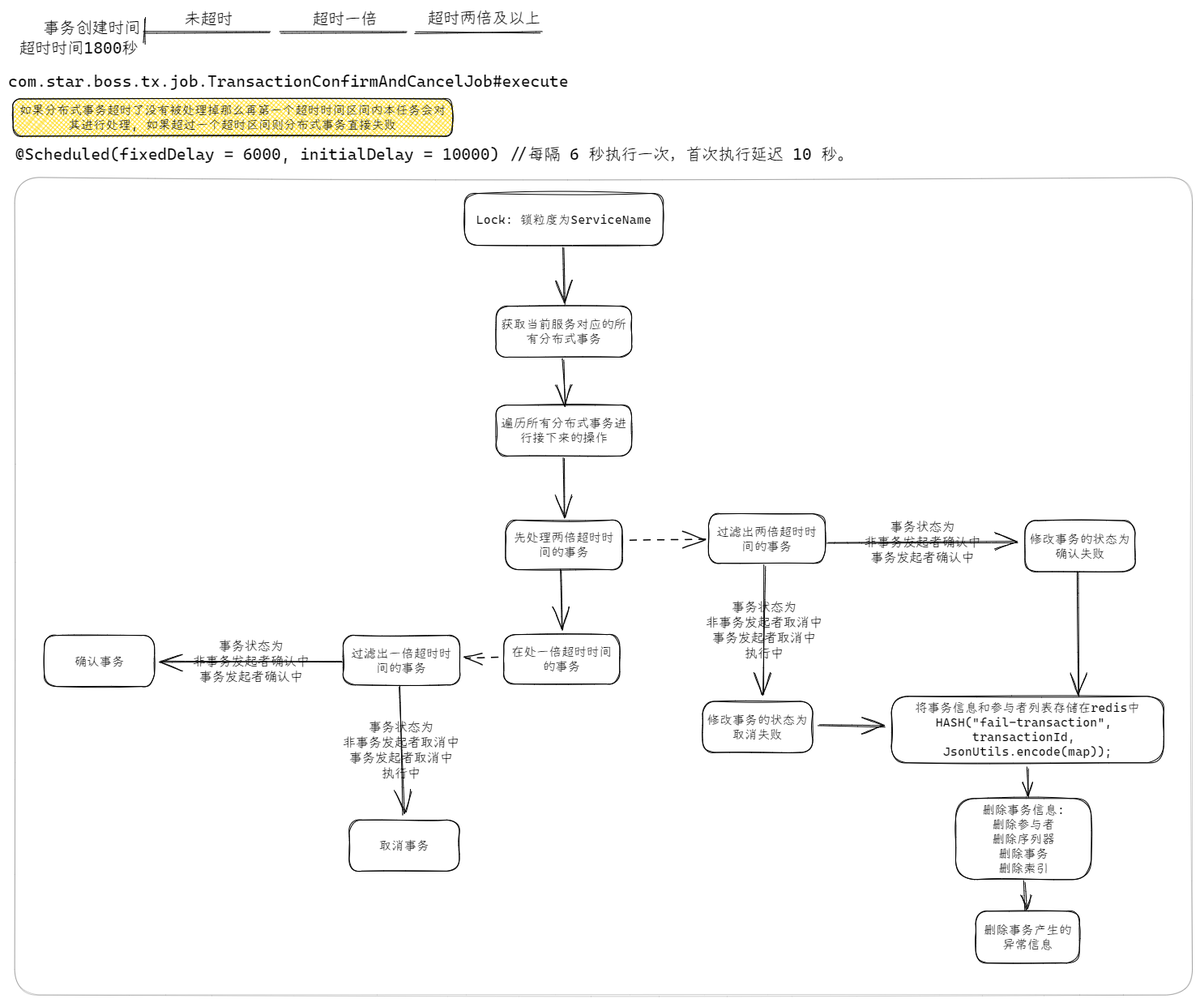
The Excalidraw diagram starboss/分布式事务/4. 分布式事务超时处理任务.excalidraw.png in XujinCoding/Excalidraw, before a commit. Source tidied: one line per element, renumbered; positions are measured from the earlier drawing's top-left corner, leaving out a move shared by most shapes. The source it was exported from:
```json
{"id": 0, "type": "rectangle", "strokeColor": "#000000", "backgroundColor": "#ffd700", "fillStyle": "cross-hatch", "strokeWidth": 1, "roughness": 1, "round": true, "x": 6, "y": 112, "width": 542, "height": 46}
{"id": 1, "type": "text", "text": "如果分布式事务超时了没有被处理掉那么再第一个超时时间区间内本任务会对\n其进行处理, 如果超过一个超时区间则分布式事务直接失败", "strokeColor": "#000000", "backgroundColor": "#228be6", "fillStyle": "hachure", "strokeWidth": 1, "roughness": 1, "fontSize": 15.5, "fontFamily": 3, "textAlign": "center", "verticalAlign": "middle", "inside": 0, "x": 14, "y": 117, "width": 527, "height": 36}
{"id": 2, "type": "text", "text": "@Scheduled(fixedDelay = 6000, initialDelay = 10000) //每隔 6 秒执行一次，首次执行延迟 10 秒。", "strokeColor": "#000000", "strokeWidth": 1, "roughness": 1, "fontSize": 20, "fontFamily": 3, "x": 9, "y": 168, "width": 1035, "height": 24}
{"id": 3, "type": "rectangle", "strokeColor": "#000000", "strokeWidth": 1, "roughness": 1, "opacity": 20, "round": true, "x": 8, "y": 209, "width": 1453, "height": 1008}
{"id": 4, "type": "rectangle", "strokeColor": "#000000", "strokeWidth": 1, "roughness": 1, "round": true, "x": 563, "y": 229, "width": 245, "height": 64}
{"id": 5, "type": "text", "text": "Lock: 锁粒度为ServiceName", "strokeColor": "#000000", "backgroundColor": "#228be6", "fillStyle": "hachure", "strokeWidth": 1, "roughness": 1, "fontSize": 15.5, "fontFamily": 3, "textAlign": "center", "verticalAlign": "middle", "inside": 4, "x": 578, "y": 252, "width": 216, "height": 18}
{"id": 6, "type": "rectangle", "strokeColor": "#000000", "strokeWidth": 1, "roughness": 1, "round": true, "x": 602, "y": 368, "width": 167, "height": 63}
{"id": 7, "type": "text", "text": "获取当前服务对应的所\n有分布式事务", "strokeColor": "#000000", "backgroundColor": "#228be6", "fillStyle": "hachure", "strokeWidth": 1, "roughness": 1, "fontSize": 15.5, "fontFamily": 3, "textAlign": "center", "verticalAlign": "middle", "inside": 6, "x": 608, "y": 381, "width": 155, "height": 36}
{"id": 8, "type": "arrow", "strokeColor": "#000000", "strokeWidth": 1, "roughness": 1, "endArrowhead": "arrow", "round": true, "from": 4, "to": 6, "x": 686, "y": 295, "width": 2, "height": 70, "points": [[0, 0], [2, 70]]}
{"id": 9, "type": "rectangle", "strokeColor": "#000000", "strokeWidth": 1, "roughness": 1, "round": true, "x": 602, "y": 490, "width": 167, "height": 63}
{"id": 10, "type": "text", "text": "遍历所有分布式事务进\n行接下来的操作", "strokeColor": "#000000", "backgroundColor": "#228be6", "fillStyle": "hachure", "strokeWidth": 1, "roughness": 1, "fontSize": 15.5, "fontFamily": 3, "textAlign": "center", "verticalAlign": "middle", "inside": 9, "x": 608, "y": 503, "width": 155, "height": 36}
{"id": 11, "type": "arrow", "strokeColor": "#000000", "strokeWidth": 1, "roughness": 1, "endArrowhead": "arrow", "round": true, "from": 6, "to": 9, "x": 684, "y": 433, "width": 3, "height": 56, "points": [[0, 0], [3, 56]]}
{"id": 12, "type": "rectangle", "strokeColor": "#000000", "strokeWidth": 1, "roughness": 1, "round": true, "x": 614, "y": 632, "width": 144, "height": 61}
{"id": 13, "type": "text", "text": "先处理两倍超时时\n间的事务", "strokeColor": "#000000", "backgroundColor": "#228be6", "fillStyle": "hachure", "strokeWidth": 1, "roughness": 1, "fontSize": 15.5, "fontFamily": 3, "textAlign": "center", "verticalAlign": "middle", "inside": 12, "x": 624, "y": 644, "width": 124, "height": 36}
{"id": 14, "type": "arrow", "strokeColor": "#000000", "strokeWidth": 1, "roughness": 1, "endArrowhead": "arrow", "round": true, "from": 9, "to": 12, "x": 686, "y": 555, "width": 1, "height": 73, "points": [[0, 0], [-1, 73]]}
{"id": 15, "type": "arrow", "strokeColor": "#000000", "strokeWidth": 1, "strokeStyle": "dashed", "roughness": 1, "endArrowhead": "arrow", "round": true, "from": 12, "to": 50, "x": 768, "y": 657, "width": 93, "height": 2, "points": [[0, 0], [93, -2]]}
{"id": 16, "type": "line", "strokeColor": "#000000", "strokeWidth": 1, "roughness": 1, "round": true, "x": 168, "y": 30, "width": 156, "height": 0, "points": [[0, 0], [156, 0]]}
{"id": 17, "type": "line", "strokeColor": "#000000", "strokeWidth": 1, "roughness": 1, "round": true, "x": 502, "y": 30, "width": 156, "height": 0, "points": [[0, 0], [156, 0]]}
{"id": 18, "type": "line", "strokeColor": "#000000", "strokeWidth": 1, "roughness": 1, "round": true, "x": 336, "y": 30, "width": 156, "height": 0, "points": [[0, 0], [156, 0]]}
{"id": 19, "type": "line", "strokeColor": "#000000", "strokeWidth": 1, "roughness": 1, "round": true, "x": 169, "y": 12, "width": 1, "height": 31, "points": [[0, 0], [-1, 31]]}
{"id": 20, "type": "text", "text": "事务创建时间", "strokeColor": "#000000", "strokeWidth": 1, "roughness": 1, "fontSize": 20, "fontFamily": 3, "x": 44, "y": 12, "width": 120, "height": 24}
{"id": 21, "type": "text", "text": "未超时", "strokeColor": "#000000", "strokeWidth": 1, "roughness": 1, "fontSize": 20, "fontFamily": 3, "x": 218, "y": 1, "width": 60, "height": 24}
{"id": 22, "type": "text", "text": "超时一倍", "strokeColor": "#000000", "strokeWidth": 1, "roughness": 1, "fontSize": 20, "fontFamily": 3, "x": 376, "y": 1, "width": 80, "height": 24}
{"id": 23, "type": "text", "text": "超时两倍及以上", "strokeColor": "#000000", "strokeWidth": 1, "roughness": 1, "fontSize": 20, "fontFamily": 3, "x": 518, "y": 0, "width": 140, "height": 24}
{"id": 24, "type": "text", "text": "超时时间1800秒", "strokeColor": "#000000", "strokeWidth": 1, "roughness": 1, "fontSize": 20, "fontFamily": 3, "x": 14, "y": 37, "width": 147, "height": 24}
{"id": 25, "type": "arrow", "strokeColor": "#000000", "strokeWidth": 1, "roughness": 1, "endArrowhead": "arrow", "round": true, "from": 12, "to": 54, "x": 682, "y": 693, "width": 2, "height": 74, "points": [[0, 0], [2, 74]]}
{"id": 26, "type": "arrow", "strokeColor": "#000000", "strokeWidth": 1, "roughness": 1, "endArrowhead": "arrow", "round": true, "from": 32, "to": 28, "x": 482, "y": 836, "width": 5, "height": 159, "points": [[0, 0], [5, 159]]}
{"id": 27, "type": "text", "text": "事务状态为\n非事务发起者取消中\n事务发起者取消中\n执行中", "strokeColor": "#000000", "strokeWidth": 1, "roughness": 1, "fontSize": 16, "fontFamily": 1, "textAlign": "center", "verticalAlign": "middle", "inside": 26, "x": 413, "y": 877, "width": 144, "height": 77}
{"id": 28, "type": "rectangle", "strokeColor": "#000000", "strokeWidth": 1, "roughness": 1, "round": true, "x": 421, "y": 1001, "width": 136, "height": 63}
{"id": 29, "type": "text", "text": "取消事务", "strokeColor": "#000000", "backgroundColor": "#228be6", "fillStyle": "hachure", "strokeWidth": 1, "roughness": 1, "fontSize": 15.5, "fontFamily": 3, "textAlign": "center", "verticalAlign": "middle", "inside": 28, "x": 458, "y": 1024, "width": 62, "height": 18}
{"id": 30, "type": "arrow", "strokeColor": "#000000", "strokeWidth": 1, "roughness": 1, "endArrowhead": "arrow", "round": true, "from": 32, "to": 57, "x": 412, "y": 807, "width": 224, "height": 1, "points": [[0, 0], [-224, -1]]}
{"id": 31, "type": "text", "text": "事务状态为\n非事务发起者确认中\n事务发起者确认中", "strokeColor": "#000000", "strokeWidth": 1, "roughness": 1, "fontSize": 16, "fontFamily": 1, "textAlign": "center", "verticalAlign": "middle", "inside": 30, "x": 228, "y": 777, "width": 144, "height": 58}
{"id": 32, "type": "rectangle", "strokeColor": "#000000", "strokeWidth": 1, "roughness": 1, "round": true, "x": 414, "y": 774, "width": 144, "height": 61}
{"id": 33, "type": "text", "text": "过滤出一倍超时时\n间的事务", "strokeColor": "#000000", "backgroundColor": "#228be6", "fillStyle": "hachure", "strokeWidth": 1, "roughness": 1, "fontSize": 15.5, "fontFamily": 3, "textAlign": "center", "verticalAlign": "middle", "inside": 32, "x": 424, "y": 786, "width": 124, "height": 36}
{"id": 34, "type": "arrow", "strokeColor": "#000000", "strokeWidth": 1, "roughness": 1, "endArrowhead": "arrow", "round": true, "from": 50, "to": 36, "x": 933, "y": 687, "width": 0, "height": 160, "points": [[0, 0], [0, 160]]}
{"id": 35, "type": "text", "text": "事务状态为\n非事务发起者取消中\n事务发起者取消中\n执行中", "strokeColor": "#000000", "strokeWidth": 1, "roughness": 1, "fontSize": 16, "fontFamily": 1, "textAlign": "center", "verticalAlign": "middle", "inside": 34, "x": 861, "y": 729, "width": 144, "height": 77}
{"id": 36, "type": "rectangle", "strokeColor": "#000000", "strokeWidth": 1, "roughness": 1, "round": true, "x": 857, "y": 855, "width": 136, "height": 63}
{"id": 37, "type": "text", "text": "修改事务的状态为\n取消失败", "strokeColor": "#000000", "backgroundColor": "#228be6", "fillStyle": "hachure", "strokeWidth": 1, "roughness": 1, "fontSize": 15.5, "fontFamily": 3, "textAlign": "center", "verticalAlign": "middle", "inside": 36, "x": 863, "y": 869, "width": 124, "height": 36}
{"id": 38, "type": "rectangle", "strokeColor": "#000000", "strokeWidth": 1, "roughness": 1, "round": true, "x": 1090, "y": 849, "width": 336, "height": 82}
{"id": 39, "type": "text", "text": "将事务信息和参与者列表存储在redis中\nHASH(\"fail-transaction\", \ntransactionId, \nJsonUtils.encode(map));", "strokeColor": "#000000", "backgroundColor": "#228be6", "fillStyle": "hachure", "strokeWidth": 1, "roughness": 1, "fontSize": 15.5, "fontFamily": 3, "textAlign": "center", "verticalAlign": "middle", "inside": 38, "x": 1119, "y": 854, "width": 278, "height": 72}
{"id": 40, "type": "rectangle", "strokeColor": "#000000", "strokeWidth": 1, "roughness": 1, "round": true, "x": 1170, "y": 975, "width": 167, "height": 100}
{"id": 41, "type": "text", "text": "删除事务信息:\n删除参与者\n删除序列器\n删除事务\n删除索引", "strokeColor": "#000000", "backgroundColor": "#228be6", "fillStyle": "hachure", "strokeWidth": 1, "roughness": 1, "fontSize": 15.5, "fontFamily": 3, "textAlign": "center", "verticalAlign": "middle", "inside": 40, "x": 1202, "y": 980, "width": 102, "height": 90}
{"id": 42, "type": "rectangle", "strokeColor": "#000000", "strokeWidth": 1, "roughness": 1, "round": true, "x": 1194, "y": 1114, "width": 128, "height": 64}
{"id": 43, "type": "text", "text": "删除事务产生的\n异常信息", "strokeColor": "#000000", "backgroundColor": "#228be6", "fillStyle": "hachure", "strokeWidth": 1, "roughness": 1, "fontSize": 15.5, "fontFamily": 3, "textAlign": "center", "verticalAlign": "middle", "inside": 42, "x": 1204, "y": 1128, "width": 108, "height": 36}
{"id": 44, "type": "arrow", "strokeColor": "#000000", "strokeWidth": 1, "roughness": 1, "endArrowhead": "arrow", "round": true, "from": 40, "to": 42, "x": 1254, "y": 1076, "width": 1, "height": 36, "points": [[0, 0], [1, 36]]}
{"id": 45, "type": "arrow", "strokeColor": "#000000", "strokeWidth": 1, "roughness": 1, "endArrowhead": "arrow", "round": true, "from": 38, "to": 40, "x": 1258, "y": 936, "width": 1, "height": 37, "points": [[0, 0], [1, 37]]}
{"id": 46, "type": "arrow", "strokeColor": "#000000", "strokeWidth": 1, "roughness": 1, "endArrowhead": "arrow", "round": true, "from": 50, "to": 48, "x": 1011, "y": 659, "width": 235, "height": 0, "points": [[0, 0], [235, 0]]}
{"id": 47, "type": "text", "text": "事务状态为\n非事务发起者确认中\n事务发起者确认中", "strokeColor": "#000000", "strokeWidth": 1, "roughness": 1, "fontSize": 16, "fontFamily": 1, "textAlign": "center", "verticalAlign": "middle", "inside": 46, "x": 1057, "y": 630, "width": 144, "height": 58}
{"id": 48, "type": "rectangle", "strokeColor": "#000000", "strokeWidth": 1, "roughness": 1, "round": true, "x": 1255, "y": 632, "width": 136, "height": 63}
{"id": 49, "type": "text", "text": "修改事务的状态为\n确认失败", "strokeColor": "#000000", "backgroundColor": "#228be6", "fillStyle": "hachure", "strokeWidth": 1, "roughness": 1, "fontSize": 15.5, "fontFamily": 3, "textAlign": "center", "verticalAlign": "middle", "inside": 48, "x": 1261, "y": 646, "width": 124, "height": 36}
{"id": 50, "type": "rectangle", "strokeColor": "#000000", "strokeWidth": 1, "roughness": 1, "round": true, "x": 864, "y": 624, "width": 144, "height": 61}
{"id": 51, "type": "text", "text": "过滤出两倍超时时\n间的事务", "strokeColor": "#000000", "backgroundColor": "#228be6", "fillStyle": "hachure", "strokeWidth": 1, "roughness": 1, "fontSize": 15.5, "fontFamily": 3, "textAlign": "center", "verticalAlign": "middle", "inside": 50, "x": 874, "y": 636, "width": 124, "height": 36}
{"id": 52, "type": "arrow", "strokeColor": "#000000", "strokeWidth": 1, "roughness": 1, "endArrowhead": "arrow", "round": true, "from": 36, "to": 38, "x": 1000, "y": 885, "width": 82, "height": 1, "points": [[0, 0], [82, 1]]}
{"id": 53, "type": "arrow", "strokeColor": "#000000", "strokeWidth": 1, "roughness": 1, "endArrowhead": "arrow", "round": true, "to": 38, "x": 1321, "y": 695, "width": 0, "height": 153, "points": [[0, 0], [0, 153]]}
{"id": 54, "type": "rectangle", "strokeColor": "#000000", "strokeWidth": 1, "roughness": 1, "round": true, "x": 612, "y": 773, "width": 143, "height": 61}
{"id": 55, "type": "text", "text": "在处一倍超时时间\n的事务", "strokeColor": "#000000", "backgroundColor": "#228be6", "fillStyle": "hachure", "strokeWidth": 1, "roughness": 1, "fontSize": 15.5, "fontFamily": 3, "textAlign": "center", "verticalAlign": "middle", "inside": 54, "x": 621, "y": 785, "width": 124, "height": 36}
{"id": 56, "type": "arrow", "strokeColor": "#000000", "strokeWidth": 1, "strokeStyle": "dashed", "roughness": 1, "endArrowhead": "arrow", "round": true, "from": 54, "to": 32, "x": 605, "y": 800, "width": 41, "height": 1, "points": [[0, 0], [-41, 1]]}
{"id": 57, "type": "rectangle", "strokeColor": "#000000", "strokeWidth": 1, "roughness": 1, "round": true, "x": 45, "y": 774, "width": 136, "height": 63}
{"id": 58, "type": "text", "text": "确认事务", "strokeColor": "#000000", "backgroundColor": "#228be6", "fillStyle": "hachure", "strokeWidth": 1, "roughness": 1, "fontSize": 15.5, "fontFamily": 3, "textAlign": "center", "verticalAlign": "middle", "inside": 57, "x": 82, "y": 796, "width": 62, "height": 18}
{"id": 59, "type": "text", "text": "com.star.boss.tx.job.TransactionConfirmAndCancelJob#execute", "strokeColor": "#000000", "strokeWidth": 1, "roughness": 1, "fontSize": 20, "fontFamily": 3, "x": 0, "y": 78, "width": 691, "height": 24}
```
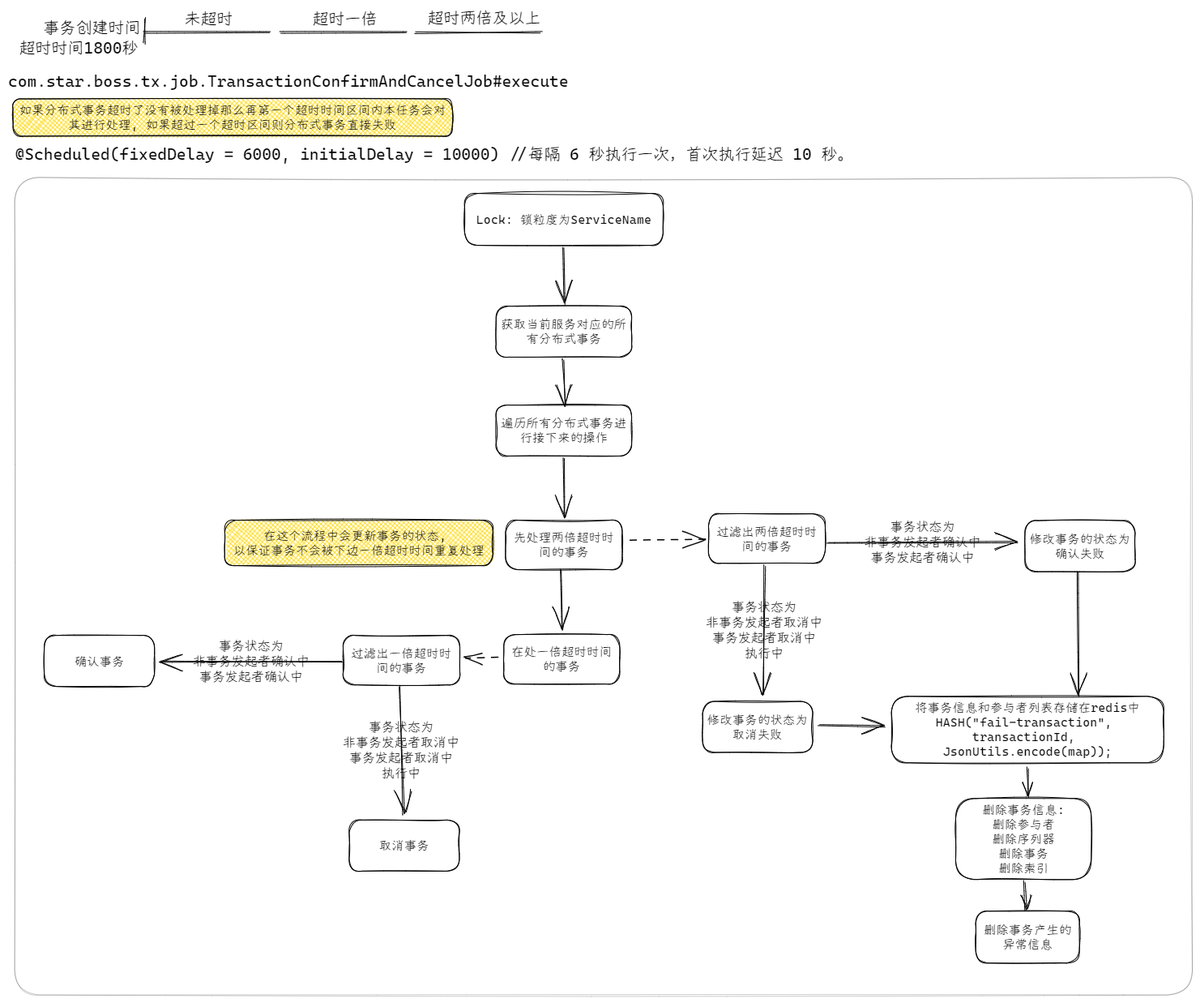
The same diagram one commit later.

Diff of the diagram source:
```diff
@@ -58,3 +58,5 @@
 {"id": 57, "type": "rectangle", "strokeColor": "#000000", "strokeWidth": 1, "roughness": 1, "round": true, "x": 45, "y": 774, "width": 136, "height": 63}
 {"id": 58, "type": "text", "text": "确认事务", "strokeColor": "#000000", "backgroundColor": "#228be6", "fillStyle": "hachure", "strokeWidth": 1, "roughness": 1, "fontSize": 15.5, "fontFamily": 3, "textAlign": "center", "verticalAlign": "middle", "inside": 57, "x": 82, "y": 796, "width": 62, "height": 18}
 {"id": 59, "type": "text", "text": "com.star.boss.tx.job.TransactionConfirmAndCancelJob#execute", "strokeColor": "#000000", "strokeWidth": 1, "roughness": 1, "fontSize": 20, "fontFamily": 3, "x": 0, "y": 78, "width": 691, "height": 24}
+{"id": 60, "type": "rectangle", "strokeColor": "#000000", "backgroundColor": "#ffd700", "fillStyle": "cross-hatch", "strokeWidth": 1, "roughness": 1, "round": true, "x": 267, "y": 632, "width": 331, "height": 56}
+{"id": 61, "type": "text", "text": "在这个流程中会更新事务的状态, \n以保证事务不会被下边一倍超时时间重复处理", "strokeColor": "#000000", "backgroundColor": "#228be6", "fillStyle": "hachure", "strokeWidth": 1, "roughness": 1, "fontSize": 15.5, "fontFamily": 3, "textAlign": "center", "verticalAlign": "middle", "inside": 60, "x": 278, "y": 642, "width": 310, "height": 36}
```
